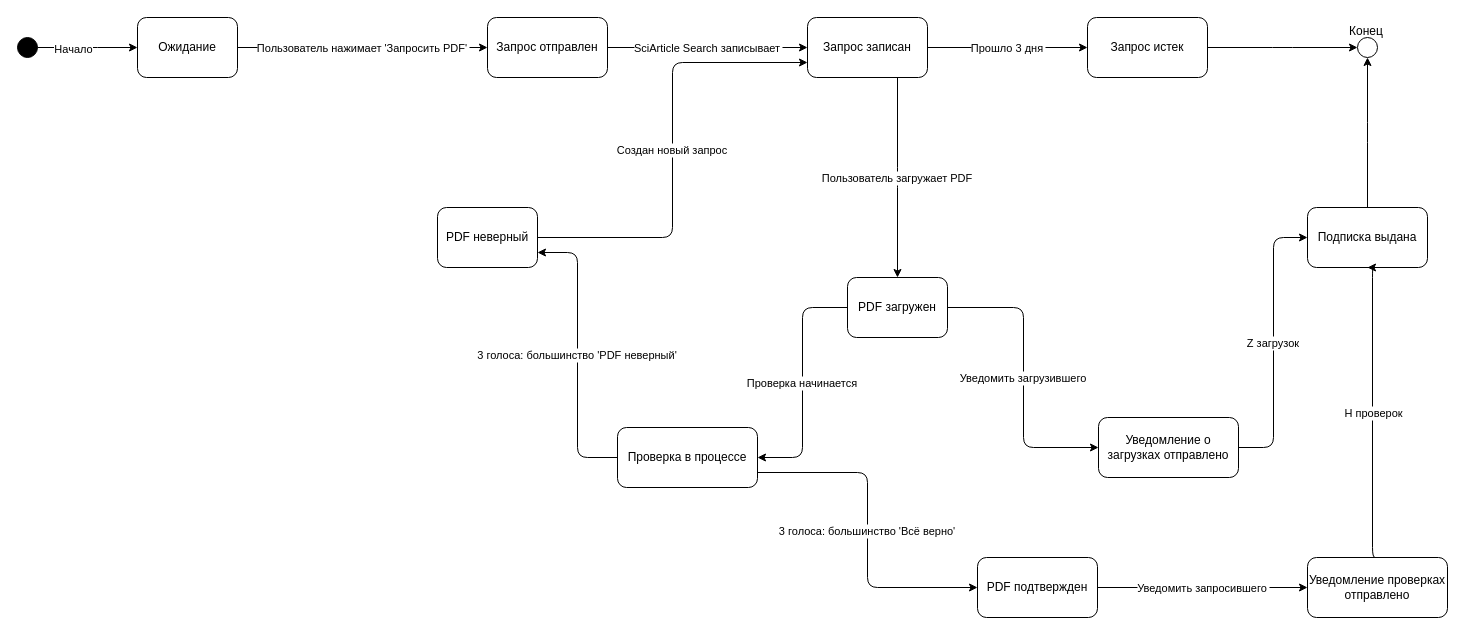
The draw.io diagram SciArticle.drawio in shamemask/auto_drf, before the edit. Source tidied: cells renumbered, new cells numbered last; positions are measured from the earlier drawing's top-left corner, leaving out a move shared by most shapes. Both pictures are drawn from the tidied source at 100%, with x=0, y=0 at pixel (17, 17).
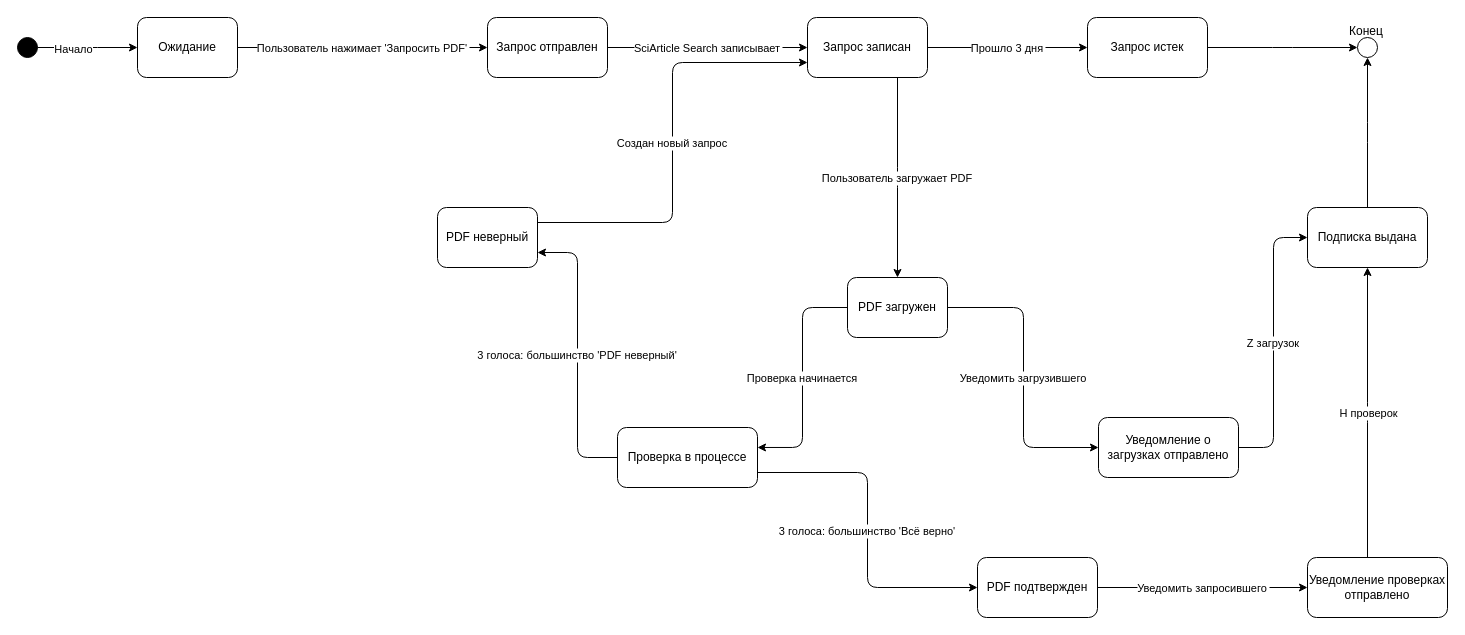
Above is the later version.

The change refers to these unchanged cells:
```xml
<mxCell id="5" value="Запрос записан" style="rounded=1;whiteSpace=wrap;" parent="1" vertex="1">
  <mxGeometry x="790" width="120" height="60" as="geometry" />
</mxCell>
<mxCell id="6" value="PDF загружен" style="rounded=1;whiteSpace=wrap;" parent="1" vertex="1">
  <mxGeometry x="830" y="260" width="100" height="60" as="geometry" />
</mxCell>
<mxCell id="7" value="Проверка в процессе" style="rounded=1;whiteSpace=wrap;" parent="1" vertex="1">
  <mxGeometry x="600" y="410" width="140" height="60" as="geometry" />
</mxCell>
<mxCell id="9" value="PDF неверный" style="rounded=1;whiteSpace=wrap;" parent="1" vertex="1">
  <mxGeometry x="420" y="190" width="100" height="60" as="geometry" />
</mxCell>
<mxCell id="11" value="Подписка выдана" style="rounded=1;whiteSpace=wrap;" parent="1" vertex="1">
  <mxGeometry x="1290" y="190" width="120" height="60" as="geometry" />
</mxCell>
<mxCell id="30" value="Уведомление проверках отправлено" style="rounded=1;whiteSpace=wrap;" parent="1" vertex="1">
  <mxGeometry x="1290" y="540" width="140" height="60" as="geometry" />
</mxCell>
```

The edit, as a diff of the source:
```diff
@@
-    <mxCell id="17" value="Проверка начинается" style="edgeStyle=elbowEdgeStyle;rounded=1;exitX=0;exitY=0.5;exitDx=0;exitDy=0;" parent="1" edge="1" source="6" target="7">
+    <mxCell id="17" value="Проверка начинается" style="edgeStyle=elbowEdgeStyle;rounded=1;exitX=0;exitY=0.5;exitDx=0;exitDy=0;entryX=1;entryY=0.333;entryDx=0;entryDy=0;entryPerimeter=0;" parent="1" edge="1" source="6" target="7">
       <mxGeometry relative="1" as="geometry" />
     </mxCell>
@@
-    <mxCell id="20" value="Создан новый запрос" style="edgeStyle=elbowEdgeStyle;rounded=1;exitX=1;exitY=0.5;exitDx=0;exitDy=0;entryX=0;entryY=0.75;entryDx=0;entryDy=0;" parent="1" edge="1" source="9" target="5">
+    <mxCell id="20" value="Создан новый запрос" style="edgeStyle=elbowEdgeStyle;rounded=1;exitX=1;exitY=0.25;exitDx=0;exitDy=0;entryX=0;entryY=0.75;entryDx=0;entryDy=0;" parent="1" edge="1" source="9" target="5">
       <mxGeometry relative="1" as="geometry" />
     </mxCell>
@@
-    <mxCell id="23" value=" H проверок" style="edgeStyle=elbowEdgeStyle;rounded=1;exitX=0.5;exitY=0;exitDx=0;exitDy=0;entryX=0.5;entryY=1;entryDx=0;entryDy=0;" parent="1" edge="1" source="30" target="11">
+    <mxCell id="23" value=" H проверок" style="edgeStyle=elbowEdgeStyle;rounded=1;" parent="1" edge="1" source="30" target="11">
       <mxGeometry relative="1" as="geometry" />
     </mxCell>
```
